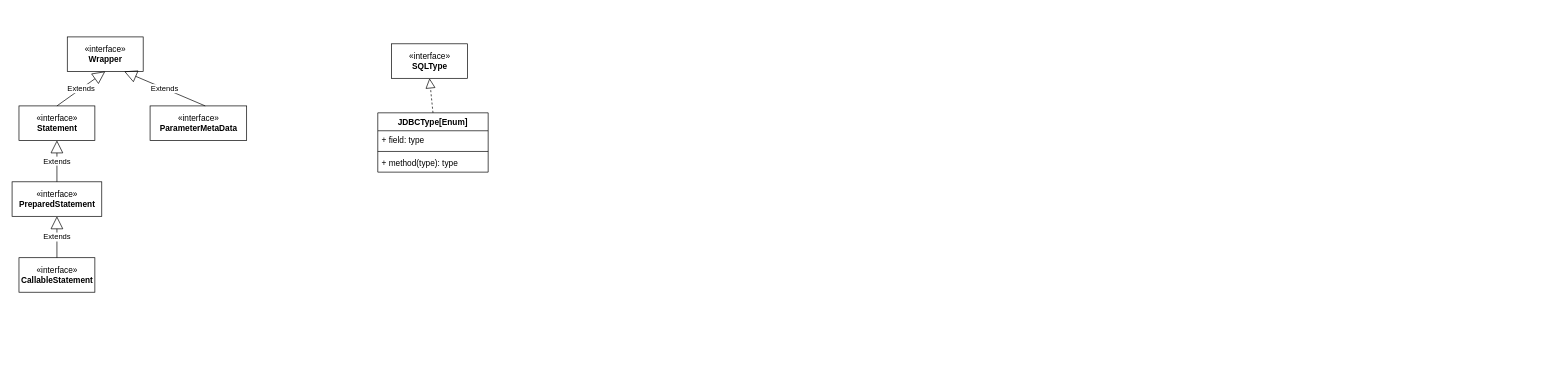
This is page "SQL" (18 of 18) of JDK.drawio from tadsimons/draw, a draw.io file, before an edit. Source tidied: cells renumbered, new cells numbered last; positions are measured from the earlier drawing's top-left corner, leaving out a move shared by most shapes. Both pictures are drawn from the tidied source at 69%, with x=0, y=0 at pixel (12, 37).
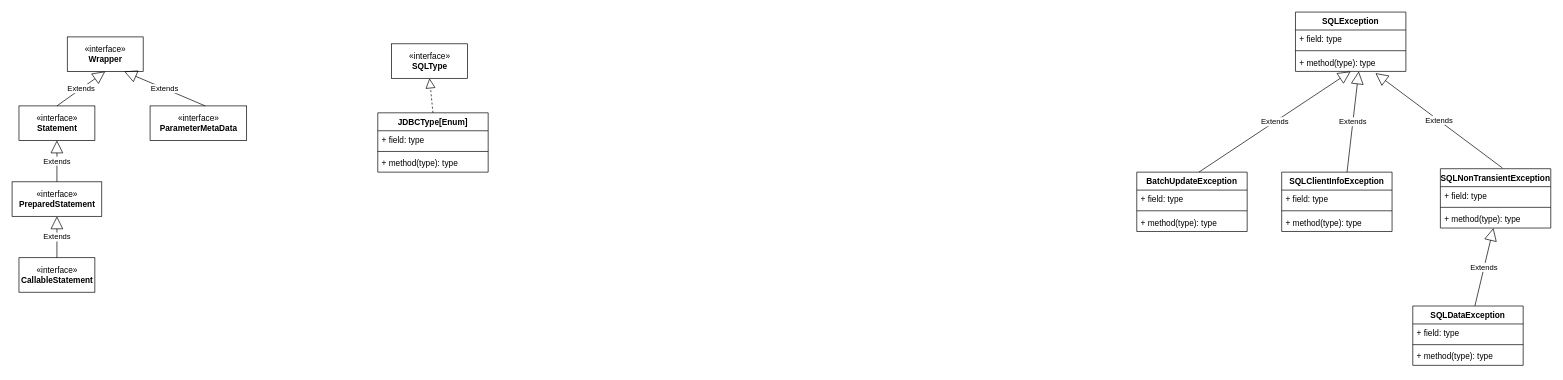
The same diagram, later.

What changed in the source:
```diff
@@
+    <mxCell id="17" value="BatchUpdateException" style="swimlane;fontStyle=1;align=center;verticalAlign=top;horizontal=1;startSize=26;" parent="1" vertex="1">
+      <mxGeometry x="1630" y="196" width="160" height="86" as="geometry" />
+    </mxCell>
+    <mxCell id="18" value="Extends" style="endArrow=block;endSize=16;endFill=0;html=1;entryX=0.5;entryY=1;entryDx=0;entryDy=0;entryPerimeter=0;" parent="17" edge="1" target="30">
+      <mxGeometry relative="1" as="geometry">
+        <mxPoint x="90" as="sourcePoint" />
+      </mxGeometry>
+    </mxCell>
+    <mxCell id="19" value="+ field: type" style="text;strokeColor=none;fillColor=none;align=left;verticalAlign=top;spacingLeft=4;spacingRight=4;overflow=hidden;" parent="17" vertex="1">
+      <mxGeometry y="26" width="160" height="26" as="geometry" />
+    </mxCell>
+    <mxCell id="20" style="line;strokeWidth=1;fillColor=none;align=left;verticalAlign=middle;spacingTop=-1;spacingLeft=3;spacingRight=3;labelPosition=right;" parent="17" vertex="1">
+      <mxGeometry y="52" width="160" height="8" as="geometry" />
+    </mxCell>
+    <mxCell id="21" value="+ method(type): type" style="text;strokeColor=none;fillColor=none;align=left;verticalAlign=top;spacingLeft=4;spacingRight=4;overflow=hidden;" parent="17" vertex="1">
+      <mxGeometry y="60" width="160" height="26" as="geometry" />
+    </mxCell>
+    <mxCell id="22" value="SQLClientInfoException" style="swimlane;fontStyle=1;align=center;verticalAlign=top;horizontal=1;startSize=26;" parent="1" vertex="1">
+      <mxGeometry x="1840" y="196" width="160" height="86" as="geometry" />
+    </mxCell>
+    <mxCell id="23" value="+ field: type" style="text;strokeColor=none;fillColor=none;align=left;verticalAlign=top;spacingLeft=4;spacingRight=4;overflow=hidden;" parent="22" vertex="1">
+      <mxGeometry y="26" width="160" height="26" as="geometry" />
+    </mxCell>
+    <mxCell id="24" style="line;strokeWidth=1;fillColor=none;align=left;verticalAlign=middle;spacingTop=-1;spacingLeft=3;spacingRight=3;labelPosition=right;" parent="22" vertex="1">
+      <mxGeometry y="52" width="160" height="8" as="geometry" />
+    </mxCell>
+    <mxCell id="25" value="+ method(type): type" style="text;strokeColor=none;fillColor=none;align=left;verticalAlign=top;spacingLeft=4;spacingRight=4;overflow=hidden;" parent="22" vertex="1">
+      <mxGeometry y="60" width="160" height="26" as="geometry" />
+    </mxCell>
+    <mxCell id="26" value="Extends" style="endArrow=block;endSize=16;endFill=0;html=1;entryX=0.573;entryY=1;entryDx=0;entryDy=0;entryPerimeter=0;exitX=0.592;exitY=0;exitDx=0;exitDy=0;exitPerimeter=0;" parent="1" edge="1" source="22" target="30">
+      <mxGeometry relative="1" as="geometry" />
+    </mxCell>
+    <mxCell id="27" value="SQLException" style="swimlane;fontStyle=1;align=center;verticalAlign=top;horizontal=1;startSize=26;" parent="1" vertex="1">
+      <mxGeometry x="1860" y="-36" width="160" height="86" as="geometry" />
+    </mxCell>
+    <mxCell id="28" value="+ field: type" style="text;strokeColor=none;fillColor=none;align=left;verticalAlign=top;spacingLeft=4;spacingRight=4;overflow=hidden;" parent="27" vertex="1">
+      <mxGeometry y="26" width="160" height="26" as="geometry" />
+    </mxCell>
+    <mxCell id="29" style="line;strokeWidth=1;fillColor=none;align=left;verticalAlign=middle;spacingTop=-1;spacingLeft=3;spacingRight=3;labelPosition=right;" parent="27" vertex="1">
+      <mxGeometry y="52" width="160" height="8" as="geometry" />
+    </mxCell>
+    <mxCell id="30" value="+ method(type): type" style="text;strokeColor=none;fillColor=none;align=left;verticalAlign=top;spacingLeft=4;spacingRight=4;overflow=hidden;points=[[0,0.5],[1,0.5]];portConstraint=eastwest;" parent="27" vertex="1">
+      <mxGeometry y="60" width="160" height="26" as="geometry" />
+    </mxCell>
+    <mxCell id="31" value="SQLNonTransientException" style="swimlane;fontStyle=1;align=center;verticalAlign=top;horizontal=1;startSize=26;" parent="1" vertex="1">
+      <mxGeometry x="2070" y="191" width="160" height="86" as="geometry" />
+    </mxCell>
+    <mxCell id="32" value="+ field: type" style="text;strokeColor=none;fillColor=none;align=left;verticalAlign=top;spacingLeft=4;spacingRight=4;overflow=hidden;" parent="31" vertex="1">
+      <mxGeometry y="26" width="160" height="26" as="geometry" />
+    </mxCell>
+    <mxCell id="33" style="line;strokeWidth=1;fillColor=none;align=left;verticalAlign=middle;spacingTop=-1;spacingLeft=3;spacingRight=3;labelPosition=right;" parent="31" vertex="1">
+      <mxGeometry y="52" width="160" height="8" as="geometry" />
+    </mxCell>
+    <mxCell id="34" value="+ method(type): type" style="text;strokeColor=none;fillColor=none;align=left;verticalAlign=top;spacingLeft=4;spacingRight=4;overflow=hidden;points=[[0,0.5],[1,0.5]];portConstraint=eastwest;" parent="31" vertex="1">
+      <mxGeometry y="60" width="160" height="26" as="geometry" />
+    </mxCell>
+    <mxCell id="35" value="Extends" style="endArrow=block;endSize=16;endFill=0;html=1;entryX=0.724;entryY=1.095;entryDx=0;entryDy=0;entryPerimeter=0;" parent="31" edge="1" target="30">
+      <mxGeometry relative="1" as="geometry">
+        <mxPoint x="90" y="-1" as="sourcePoint" />
+      </mxGeometry>
+    </mxCell>
+    <mxCell id="36" value="SQLDataException" style="swimlane;fontStyle=1;align=center;verticalAlign=top;horizontal=1;startSize=26;" parent="1" vertex="1">
+      <mxGeometry x="2030" y="390" width="160" height="86" as="geometry" />
+    </mxCell>
+    <mxCell id="37" value="Extends" style="endArrow=block;endSize=16;endFill=0;html=1;" parent="36" edge="1" target="34">
+      <mxGeometry relative="1" as="geometry">
+        <mxPoint x="90" as="sourcePoint" />
+      </mxGeometry>
+    </mxCell>
+    <mxCell id="38" value="+ field: type" style="text;strokeColor=none;fillColor=none;align=left;verticalAlign=top;spacingLeft=4;spacingRight=4;overflow=hidden;" parent="36" vertex="1">
+      <mxGeometry y="26" width="160" height="26" as="geometry" />
+    </mxCell>
+    <mxCell id="39" style="line;strokeWidth=1;fillColor=none;align=left;verticalAlign=middle;spacingTop=-1;spacingLeft=3;spacingRight=3;labelPosition=right;" parent="36" vertex="1">
+      <mxGeometry y="52" width="160" height="8" as="geometry" />
+    </mxCell>
+    <mxCell id="40" value="+ method(type): type" style="text;strokeColor=none;fillColor=none;align=left;verticalAlign=top;spacingLeft=4;spacingRight=4;overflow=hidden;" parent="36" vertex="1">
+      <mxGeometry y="60" width="160" height="26" as="geometry" />
+    </mxCell>
```
